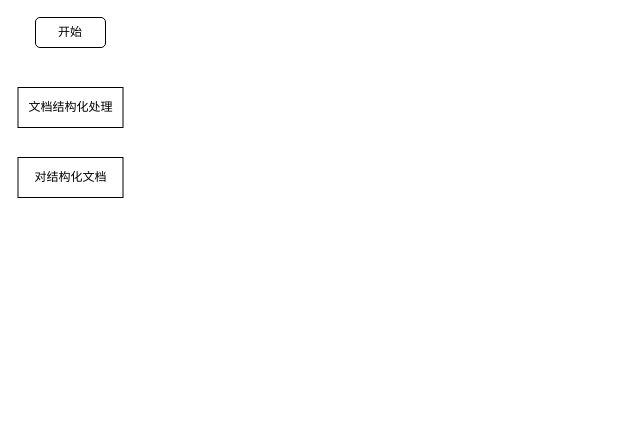
DemonHan/KuickBuy keeps this draw.io diagram as 专利/文档对比专利.drawio. Above is the earlier version. Source tidied: cells renumbered, new cells numbered last; positions are measured from the earlier drawing's top-left corner, leaving out a move shared by most shapes. Both pictures are drawn from the tidied source at 100%, with x=0, y=0 at pixel (17, 17).
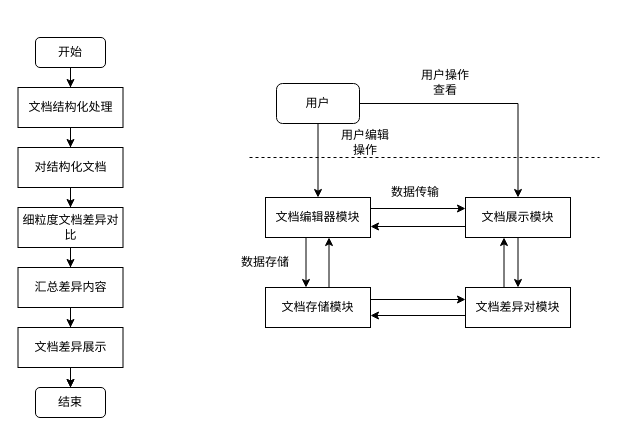
The same page after the edit.

Commit message:
更新文档对比专利.drawio

Unchanged cells that the change refers to:
```xml
<mxCell id="3" value="文档结构化处理" style="rounded=0;whiteSpace=wrap;html=1;" parent="1" vertex="1">
  <mxGeometry x="0.5" y="70" width="105" height="40" as="geometry" />
</mxCell>
```

What changed in the source:
```diff
@@
+    <mxCell id="5" style="edgeStyle=orthogonalEdgeStyle;rounded=0;jettySize=auto;html=1;entryX=0.5;entryY=0;entryDx=0;entryDy=0;" parent="1" edge="1" source="2" target="3">
+      <mxGeometry relative="1" as="geometry" />
+    </mxCell>
     <mxCell id="2" value="开始" style="rounded=1;whiteSpace=wrap;html=1;" parent="1" vertex="1">
-      <mxGeometry x="18" width="70" height="30" as="geometry" />
+      <mxGeometry x="18" y="20" width="70" height="30" as="geometry" />
     </mxCell>
+    <mxCell id="6" style="edgeStyle=orthogonalEdgeStyle;rounded=0;jettySize=auto;html=1;entryX=0.5;entryY=0;entryDx=0;entryDy=0;" parent="1" edge="1" source="3" target="4">
+      <mxGeometry relative="1" as="geometry" />
+    </mxCell>
@@
+    <mxCell id="7" style="edgeStyle=orthogonalEdgeStyle;rounded=0;jettySize=auto;html=1;entryX=0.5;entryY=0;entryDx=0;entryDy=0;" parent="1" edge="1" source="4" target="9">
+      <mxGeometry relative="1" as="geometry" />
+    </mxCell>
     <mxCell id="4" value="对结构化文档" style="rounded=0;whiteSpace=wrap;html=1;" parent="1" vertex="1">
-      <mxGeometry x="0.5" y="140" width="105" height="40" as="geometry" />
+      <mxGeometry x="0.5" y="130" width="105" height="40" as="geometry" />
     </mxCell>
+    <mxCell id="8" style="edgeStyle=orthogonalEdgeStyle;rounded=0;jettySize=auto;html=1;entryX=0.5;entryY=0;entryDx=0;entryDy=0;" parent="1" edge="1" source="9" target="11">
+      <mxGeometry relative="1" as="geometry" />
+    </mxCell>
+    <mxCell id="9" value="细粒度文档差异对比" style="rounded=0;whiteSpace=wrap;html=1;" parent="1" vertex="1">
+      <mxGeometry x="0.5" y="190" width="105" height="40" as="geometry" />
+    </mxCell>
+    <mxCell id="10" style="edgeStyle=orthogonalEdgeStyle;rounded=0;jettySize=auto;html=1;entryX=0.5;entryY=0;entryDx=0;entryDy=0;" parent="1" edge="1" source="11" target="14">
+      <mxGeometry relative="1" as="geometry" />
+    </mxCell>
+    <mxCell id="11" value="汇总差异内容" style="rounded=0;whiteSpace=wrap;html=1;" parent="1" vertex="1">
+      <mxGeometry x="0.5" y="250" width="105" height="40" as="geometry" />
+    </mxCell>
+    <mxCell id="12" style="edgeStyle=orthogonalEdgeStyle;rounded=0;jettySize=auto;html=1;entryX=0.5;entryY=0;entryDx=0;entryDy=0;" parent="1" edge="1" source="14" target="15">
+      <mxGeometry relative="1" as="geometry" />
+    </mxCell>
+    <mxCell id="13" style="edgeStyle=orthogonalEdgeStyle;rounded=0;jettySize=auto;html=1;" parent="1" edge="1" source="14" target="15">
+      <mxGeometry relative="1" as="geometry" />
+    </mxCell>
+    <mxCell id="14" value="文档差异展示" style="rounded=0;whiteSpace=wrap;html=1;" parent="1" vertex="1">
+      <mxGeometry x="0.5" y="310" width="105" height="40" as="geometry" />
+    </mxCell>
+    <mxCell id="15" value="结束" style="rounded=1;whiteSpace=wrap;html=1;" parent="1" vertex="1">
+      <mxGeometry x="18" y="370" width="70" height="30" as="geometry" />
+    </mxCell>
+    <mxCell id="16" style="edgeStyle=orthogonalEdgeStyle;rounded=0;orthogonalLoop=1;jettySize=auto;html=1;entryX=0.5;entryY=0;entryDx=0;entryDy=0;" parent="1" edge="1">
+      <mxGeometry relative="1" as="geometry">
+        <mxPoint x="288.5" y="220" as="sourcePoint" />
+        <mxPoint x="288.5" y="270" as="targetPoint" />
+      </mxGeometry>
+    </mxCell>
+    <mxCell id="17" style="edgeStyle=orthogonalEdgeStyle;rounded=0;orthogonalLoop=1;jettySize=auto;html=1;entryX=0;entryY=0.5;entryDx=0;entryDy=0;" parent="1" edge="1">
+      <mxGeometry relative="1" as="geometry">
+        <mxPoint x="353" y="191" as="sourcePoint" />
+        <mxPoint x="448" y="191" as="targetPoint" />
+      </mxGeometry>
+    </mxCell>
+    <mxCell id="18" style="edgeStyle=orthogonalEdgeStyle;rounded=0;orthogonalLoop=1;jettySize=auto;html=1;" parent="1" edge="1">
+      <mxGeometry relative="1" as="geometry">
+        <mxPoint x="448" y="298" as="sourcePoint" />
+        <mxPoint x="353" y="298" as="targetPoint" />
+      </mxGeometry>
+    </mxCell>
+    <mxCell id="19" style="edgeStyle=orthogonalEdgeStyle;rounded=0;orthogonalLoop=1;jettySize=auto;html=1;" parent="1" edge="1">
+      <mxGeometry relative="1" as="geometry">
+        <mxPoint x="486.5" y="270" as="sourcePoint" />
+        <mxPoint x="486.5" y="220" as="targetPoint" />
+      </mxGeometry>
+    </mxCell>
+    <mxCell id="20" value="文档差异对模块" style="rounded=0;whiteSpace=wrap;html=1;" parent="1" vertex="1">
+      <mxGeometry x="448" y="270" width="105" height="40" as="geometry" />
+    </mxCell>
+    <mxCell id="21" style="edgeStyle=orthogonalEdgeStyle;rounded=0;orthogonalLoop=1;jettySize=auto;html=1;entryX=0.5;entryY=1;entryDx=0;entryDy=0;" parent="1" edge="1">
+      <mxGeometry relative="1" as="geometry">
+        <mxPoint x="311.5" y="270" as="sourcePoint" />
+        <mxPoint x="311.5" y="220" as="targetPoint" />
+      </mxGeometry>
+    </mxCell>
+    <mxCell id="22" style="edgeStyle=orthogonalEdgeStyle;rounded=0;orthogonalLoop=1;jettySize=auto;html=1;" parent="1" edge="1">
+      <mxGeometry relative="1" as="geometry">
+        <mxPoint x="353" y="282" as="sourcePoint" />
+        <mxPoint x="448" y="282" as="targetPoint" />
+      </mxGeometry>
+    </mxCell>
+    <mxCell id="23" value="文档存储模块" style="rounded=0;whiteSpace=wrap;html=1;" parent="1" vertex="1">
+      <mxGeometry x="248" y="270" width="105" height="40" as="geometry" />
+    </mxCell>
+    <mxCell id="24" style="edgeStyle=orthogonalEdgeStyle;rounded=0;orthogonalLoop=1;jettySize=auto;html=1;" parent="1" edge="1">
+      <mxGeometry relative="1" as="geometry">
+        <mxPoint x="448" y="209" as="sourcePoint" />
+        <mxPoint x="353" y="209" as="targetPoint" />
+      </mxGeometry>
+    </mxCell>
+    <mxCell id="25" style="edgeStyle=orthogonalEdgeStyle;rounded=0;jettySize=auto;html=1;" parent="1" edge="1" source="26" target="20">
+      <mxGeometry relative="1" as="geometry" />
+    </mxCell>
+    <mxCell id="26" value="文档展示模块" style="rounded=0;whiteSpace=wrap;html=1;" parent="1" vertex="1">
+      <mxGeometry x="448" y="180" width="105" height="40" as="geometry" />
+    </mxCell>
+    <mxCell id="27" style="endArrow=none;html=1;rounded=0;dashed=1;" parent="1" edge="1">
+      <mxGeometry relative="1" as="geometry">
+        <mxPoint x="232" y="140" as="sourcePoint" />
+        <mxPoint x="582" y="140" as="targetPoint" />
+      </mxGeometry>
+    </mxCell>
+    <mxCell id="28" value="用户操作查看" style="text;html=1;align=center;verticalAlign=middle;whiteSpace=wrap;rounded=0;" parent="1" vertex="1">
+      <mxGeometry x="398" y="50" width="60" height="30" as="geometry" />
+    </mxCell>
+    <mxCell id="29" value="数据传输" style="text;html=1;align=center;verticalAlign=middle;whiteSpace=wrap;rounded=0;" parent="1" vertex="1">
+      <mxGeometry x="368" y="160" width="60" height="30" as="geometry" />
+    </mxCell>
+    <mxCell id="30" value="数据存储" style="text;html=1;align=center;verticalAlign=middle;whiteSpace=wrap;rounded=0;" parent="1" vertex="1">
+      <mxGeometry x="218" y="230" width="60" height="30" as="geometry" />
+    </mxCell>
+    <mxCell id="31" value="文档编辑器模块" style="rounded=0;whiteSpace=wrap;html=1;" parent="1" vertex="1">
+      <mxGeometry x="248" y="180" width="105" height="40" as="geometry" />
+    </mxCell>
+    <mxCell id="32" style="edgeStyle=orthogonalEdgeStyle;rounded=0;jettySize=auto;html=1;" parent="1" edge="1" source="34" target="31">
+      <mxGeometry relative="1" as="geometry" />
+    </mxCell>
+    <mxCell id="33" style="edgeStyle=orthogonalEdgeStyle;rounded=0;jettySize=auto;html=1;entryX=0.5;entryY=0;entryDx=0;entryDy=0;" parent="1" edge="1" source="34" target="26">
+      <mxGeometry relative="1" as="geometry" />
+    </mxCell>
+    <mxCell id="34" value="用户" style="rounded=1;whiteSpace=wrap;html=1;" parent="1" vertex="1">
+      <mxGeometry x="259" y="66" width="83" height="40" as="geometry" />
+    </mxCell>
+    <mxCell id="35" value="用户编辑操作" style="text;html=1;align=center;verticalAlign=middle;whiteSpace=wrap;rounded=0;" parent="1" vertex="1">
+      <mxGeometry x="318" y="110" width="60" height="30" as="geometry" />
+    </mxCell>
```
